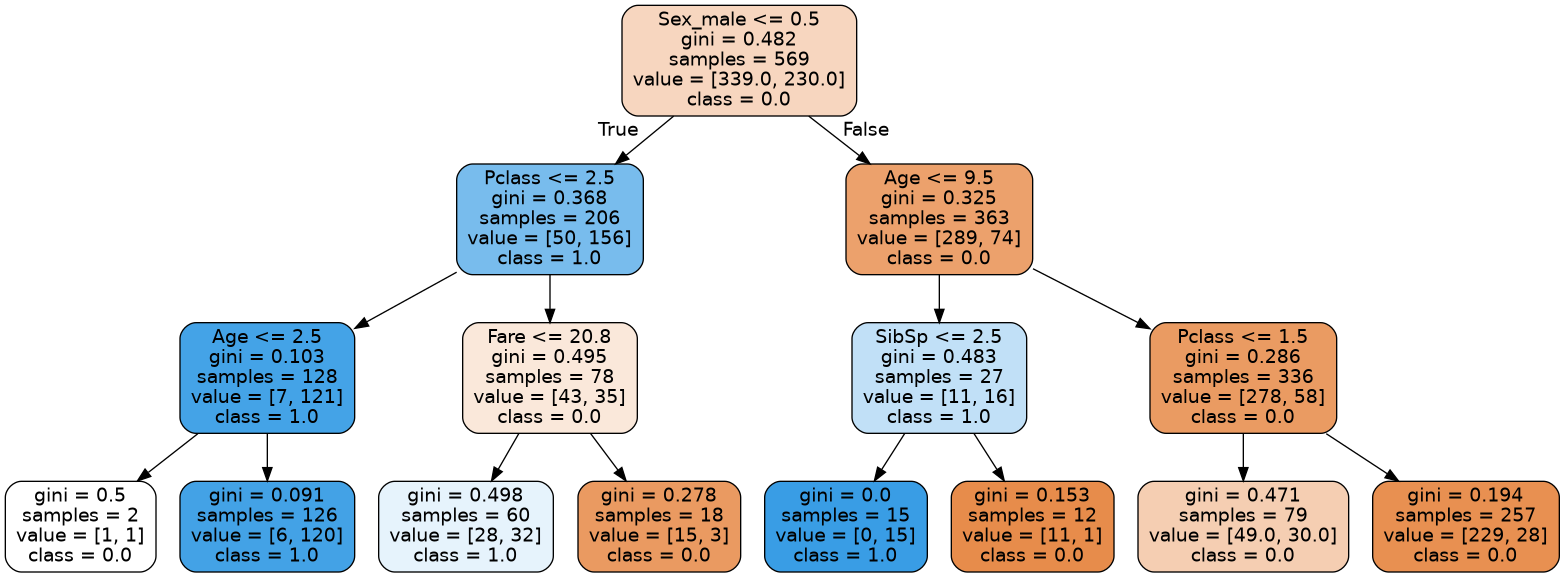
Earlier version of the Graphviz export Pia/tema3/actividades/ejercicioTitanic/titanic_tree.png (manuelo24-jpg/Ejercicios-Python). Its source is kept beside it as Pia/tema3/actividades/ejercicioTitanic/titanic_tree.dot.
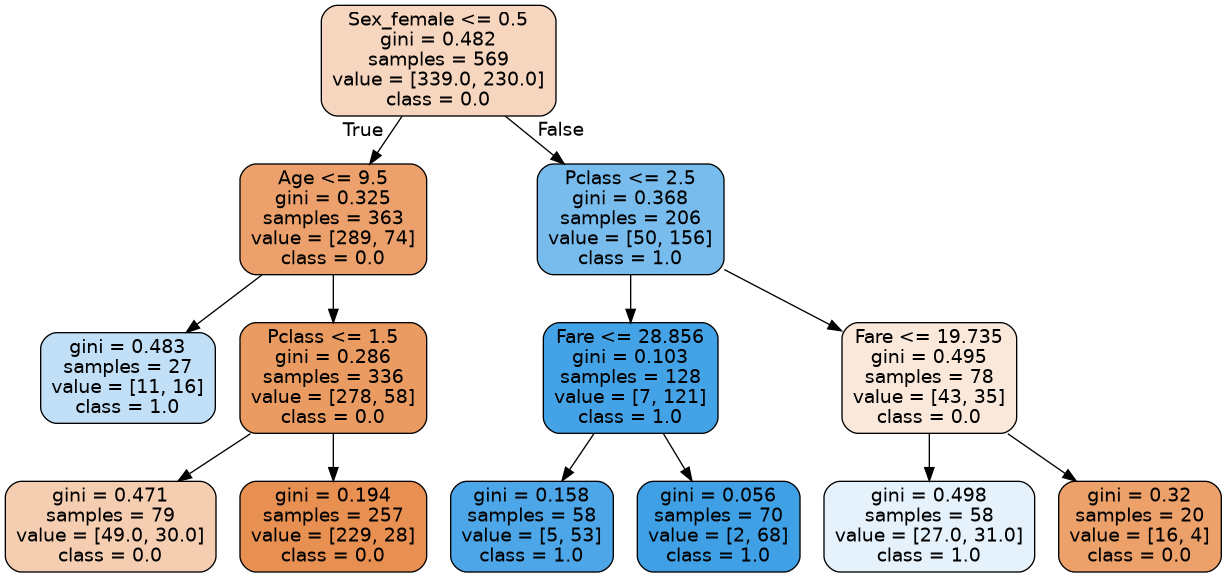
The same file after the commit.

Diff of the diagram source:
```diff
@@ -1,33 +1,29 @@
 digraph Tree {
 node [shape=box, style="filled, rounded", color="black", fontname="helvetica"] ;
 edge [fontname="helvetica"] ;
-0 [label="Sex_male <= 0.5\ngini = 0.482\nsamples = 569\nvalue = [339.0, 230.0]\nclass = 0.0", fillcolor="#f7d6bf"] ;
-1 [label="Pclass <= 2.5\ngini = 0.368\nsamples = 206\nvalue = [50, 156]\nclass = 1.0", fillcolor="#78bced"] ;
+0 [label="Sex_female <= 0.5\ngini = 0.482\nsamples = 569\nvalue = [339.0, 230.0]\nclass = 0.0", fillcolor="#f7d6bf"] ;
+1 [label="Age <= 9.5\ngini = 0.325\nsamples = 363\nvalue = [289, 74]\nclass = 0.0", fillcolor="#eca16c"] ;
 0 -> 1 [labeldistance=2.5, labelangle=45, headlabel="True"] ;
-2 [label="Age <= 2.5\ngini = 0.103\nsamples = 128\nvalue = [7, 121]\nclass = 1.0", fillcolor="#44a3e7"] ;
+2 [label="gini = 0.483\nsamples = 27\nvalue = [11, 16]\nclass = 1.0", fillcolor="#c1e0f7"] ;
 1 -> 2 ;
-3 [label="gini = 0.5\nsamples = 2\nvalue = [1, 1]\nclass = 0.0", fillcolor="#ffffff"] ;
-2 -> 3 ;
-4 [label="gini = 0.091\nsamples = 126\nvalue = [6, 120]\nclass = 1.0", fillcolor="#43a2e6"] ;
-2 -> 4 ;
-5 [label="Fare <= 20.8\ngini = 0.495\nsamples = 78\nvalue = [43, 35]\nclass = 0.0", fillcolor="#fae8da"] ;
-1 -> 5 ;
-6 [label="gini = 0.498\nsamples = 60\nvalue = [28, 32]\nclass = 1.0", fillcolor="#e6f3fc"] ;
-5 -> 6 ;
-7 [label="gini = 0.278\nsamples = 18\nvalue = [15, 3]\nclass = 0.0", fillcolor="#ea9a61"] ;
-5 -> 7 ;
-8 [label="Age <= 9.5\ngini = 0.325\nsamples = 363\nvalue = [289, 74]\nclass = 0.0", fillcolor="#eca16c"] ;
-0 -> 8 [labeldistance=2.5, labelangle=-45, headlabel="False"] ;
-9 [label="SibSp <= 2.5\ngini = 0.483\nsamples = 27\nvalue = [11, 16]\nclass = 1.0", fillcolor="#c1e0f7"] ;
-8 -> 9 ;
-10 [label="gini = 0.0\nsamples = 15\nvalue = [0, 15]\nclass = 1.0", fillcolor="#399de5"] ;
-9 -> 10 ;
-11 [label="gini = 0.153\nsamples = 12\nvalue = [11, 1]\nclass = 0.0", fillcolor="#e78c4b"] ;
-9 -> 11 ;
-12 [label="Pclass <= 1.5\ngini = 0.286\nsamples = 336\nvalue = [278, 58]\nclass = 0.0", fillcolor="#ea9b62"] ;
-8 -> 12 ;
-13 [label="gini = 0.471\nsamples = 79\nvalue = [49.0, 30.0]\nclass = 0.0", fillcolor="#f5ceb2"] ;
-12 -> 13 ;
-14 [label="gini = 0.194\nsamples = 257\nvalue = [229, 28]\nclass = 0.0", fillcolor="#e89051"] ;
-12 -> 14 ;
+3 [label="Pclass <= 1.5\ngini = 0.286\nsamples = 336\nvalue = [278, 58]\nclass = 0.0", fillcolor="#ea9b62"] ;
+1 -> 3 ;
+4 [label="gini = 0.471\nsamples = 79\nvalue = [49.0, 30.0]\nclass = 0.0", fillcolor="#f5ceb2"] ;
+3 -> 4 ;
+5 [label="gini = 0.194\nsamples = 257\nvalue = [229, 28]\nclass = 0.0", fillcolor="#e89051"] ;
+3 -> 5 ;
+6 [label="Pclass <= 2.5\ngini = 0.368\nsamples = 206\nvalue = [50, 156]\nclass = 1.0", fillcolor="#78bced"] ;
+0 -> 6 [labeldistance=2.5, labelangle=-45, headlabel="False"] ;
+7 [label="Fare <= 28.856\ngini = 0.103\nsamples = 128\nvalue = [7, 121]\nclass = 1.0", fillcolor="#44a3e7"] ;
+6 -> 7 ;
+8 [label="gini = 0.158\nsamples = 58\nvalue = [5, 53]\nclass = 1.0", fillcolor="#4ca6e7"] ;
+7 -> 8 ;
+9 [label="gini = 0.056\nsamples = 70\nvalue = [2, 68]\nclass = 1.0", fillcolor="#3fa0e6"] ;
+7 -> 9 ;
+10 [label="Fare <= 19.735\ngini = 0.495\nsamples = 78\nvalue = [43, 35]\nclass = 0.0", fillcolor="#fae8da"] ;
+6 -> 10 ;
+11 [label="gini = 0.498\nsamples = 58\nvalue = [27.0, 31.0]\nclass = 1.0", fillcolor="#e5f2fc"] ;
+10 -> 11 ;
+12 [label="gini = 0.32\nsamples = 20\nvalue = [16, 4]\nclass = 0.0", fillcolor="#eca06a"] ;
+10 -> 12 ;
 }
```
